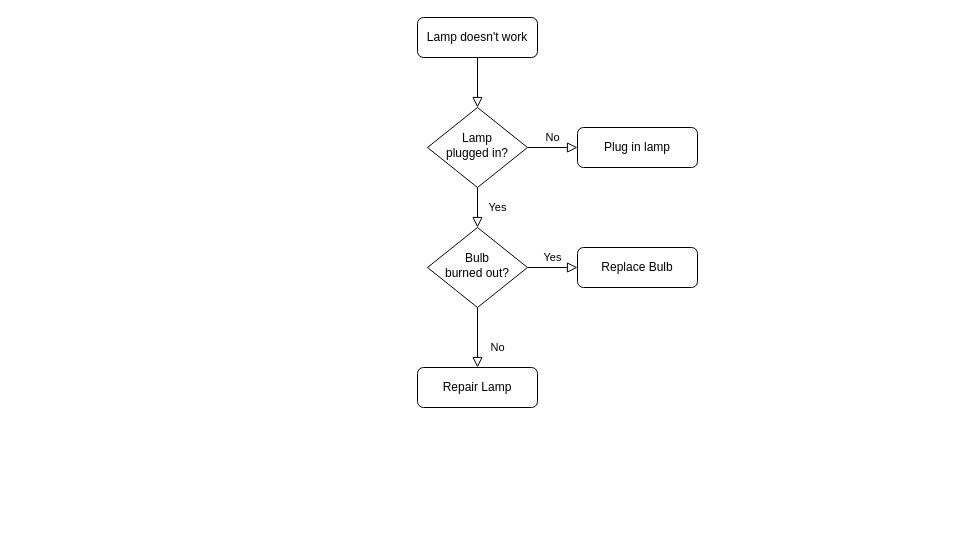
This is 未命名绘图.drawio from nanmu-self/flow-chart, a draw.io file, before an edit. Source tidied: cells renumbered, new cells numbered last; positions are measured from the earlier drawing's top-left corner, leaving out a move shared by most shapes. Both pictures are drawn from the tidied source at 100%, with x=0, y=0 at pixel (417, 17).
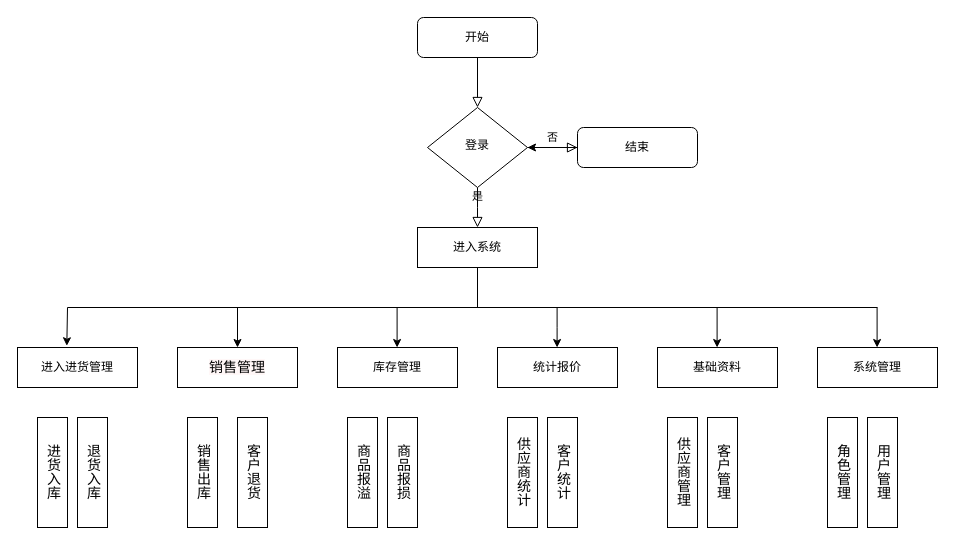
Above is the later version.

Commit message:
更新未命名绘图.drawio

What changed in the source:
```diff
@@
-    <mxCell id="3" value="Lamp doesn't work" style="rounded=1;whiteSpace=wrap;html=1;fontSize=12;glass=0;strokeWidth=1;shadow=0;" parent="1" vertex="1">
+    <mxCell id="3" value="开始" style="rounded=1;whiteSpace=wrap;html=1;fontSize=12;glass=0;strokeWidth=1;shadow=0;" parent="1" vertex="1">
       <mxGeometry width="120" height="40" as="geometry" />
     </mxCell>
-    <mxCell id="4" value="Yes" style="rounded=0;html=1;jettySize=auto;fontSize=11;endArrow=block;endFill=0;endSize=8;strokeWidth=1;shadow=0;labelBackgroundColor=none;edgeStyle=orthogonalEdgeStyle;" parent="1" edge="1" source="6" target="10">
-      <mxGeometry y="20" relative="1" as="geometry" />
+    <mxCell id="4" value="是" style="rounded=0;html=1;jettySize=auto;fontSize=11;endArrow=block;endFill=0;endSize=8;strokeWidth=1;shadow=0;labelBackgroundColor=none;edgeStyle=orthogonalEdgeStyle;" parent="1" edge="1" source="6">
+      <mxGeometry x="0.01" y="10" relative="1" as="geometry">
+        <mxPoint x="60" y="210" as="targetPoint" />
+        <mxPoint y="-1" as="offset" />
+      </mxGeometry>
     </mxCell>
-    <mxCell id="5" value="No" style="edgeStyle=orthogonalEdgeStyle;rounded=0;html=1;jettySize=auto;fontSize=11;endArrow=block;endFill=0;endSize=8;strokeWidth=1;shadow=0;labelBackgroundColor=none;" parent="1" edge="1" source="6" target="7">
+    <mxCell id="5" value="否" style="edgeStyle=orthogonalEdgeStyle;rounded=0;html=1;jettySize=auto;fontSize=11;endArrow=block;endFill=0;endSize=8;strokeWidth=1;shadow=0;labelBackgroundColor=none;" parent="1" edge="1" source="6" target="7">
       <mxGeometry y="10" relative="1" as="geometry" />
     </mxCell>
-    <mxCell id="6" value="Lamp&lt;br&gt;plugged in?" style="rhombus;whiteSpace=wrap;html=1;shadow=0;fontFamily=Helvetica;fontSize=12;align=center;strokeWidth=1;spacing=6;spacingTop=-4;" parent="1" vertex="1">
+    <mxCell id="6" value="登录" style="rhombus;whiteSpace=wrap;html=1;shadow=0;fontFamily=Helvetica;fontSize=12;align=center;strokeWidth=1;spacing=6;spacingTop=-4;" parent="1" vertex="1">
       <mxGeometry x="10" y="90" width="100" height="80" as="geometry" />
     </mxCell>
+    <mxCell id="13" style="edgeStyle=orthogonalEdgeStyle;rounded=0;jettySize=auto;html=1;" parent="1" edge="1" source="7" target="6">
+      <mxGeometry relative="1" as="geometry" />
+    </mxCell>
-    <mxCell id="7" value="Plug in lamp" style="rounded=1;whiteSpace=wrap;html=1;fontSize=12;glass=0;strokeWidth=1;shadow=0;" parent="1" vertex="1">
+    <mxCell id="7" value="结束" style="rounded=1;whiteSpace=wrap;html=1;fontSize=12;glass=0;strokeWidth=1;shadow=0;" parent="1" vertex="1">
       <mxGeometry x="160" y="110" width="120" height="40" as="geometry" />
     </mxCell>
-    <mxCell id="8" value="No" style="rounded=0;html=1;jettySize=auto;fontSize=11;endArrow=block;endFill=0;endSize=8;strokeWidth=1;shadow=0;labelBackgroundColor=none;edgeStyle=orthogonalEdgeStyle;" parent="1" edge="1" source="10" target="11">
-      <mxGeometry x="0.33" y="20" relative="1" as="geometry" />
-    </mxCell>
-    <mxCell id="9" value="Yes" style="edgeStyle=orthogonalEdgeStyle;rounded=0;html=1;jettySize=auto;fontSize=11;endArrow=block;endFill=0;endSize=8;strokeWidth=1;shadow=0;labelBackgroundColor=none;" parent="1" edge="1" source="10" target="12">
-      <mxGeometry y="10" relative="1" as="geometry" />
-    </mxCell>
-    <mxCell id="10" value="Bulb&lt;br&gt;burned out?" style="rhombus;whiteSpace=wrap;html=1;shadow=0;fontFamily=Helvetica;fontSize=12;align=center;strokeWidth=1;spacing=6;spacingTop=-4;" parent="1" vertex="1">
-      <mxGeometry x="10" y="210" width="100" height="80" as="geometry" />
-    </mxCell>
-    <mxCell id="11" value="Repair Lamp" style="rounded=1;whiteSpace=wrap;html=1;fontSize=12;glass=0;strokeWidth=1;shadow=0;" parent="1" vertex="1">
-      <mxGeometry y="350" width="120" height="40" as="geometry" />
-    </mxCell>
-    <mxCell id="12" value="Replace Bulb" style="rounded=1;whiteSpace=wrap;html=1;fontSize=12;glass=0;strokeWidth=1;shadow=0;" parent="1" vertex="1">
-      <mxGeometry x="160" y="230" width="120" height="40" as="geometry" />
-    </mxCell>
+    <mxCell id="14" value="进入系统" style="rounded=0;whiteSpace=wrap;html=1;" parent="1" vertex="1">
+      <mxGeometry y="210" width="120" height="40" as="geometry" />
+    </mxCell>
+    <mxCell id="15" style="endArrow=none;html=1;rounded=0;" parent="1" edge="1">
+      <mxGeometry relative="1" as="geometry">
+        <mxPoint x="-350" y="290" as="sourcePoint" />
+        <mxPoint x="460" y="290" as="targetPoint" />
+      </mxGeometry>
+    </mxCell>
+    <mxCell id="16" value="进入进货管理" style="rounded=0;whiteSpace=wrap;html=1;" parent="1" vertex="1">
+      <mxGeometry x="-400" y="330" width="120" height="40" as="geometry" />
+    </mxCell>
+    <mxCell id="17" value="&lt;span style=&quot;font-family: &amp;quot;Microsoft YaHei&amp;quot;; font-size: 14px; text-align: left; text-wrap: nowrap; background-color: rgb(255, 247, 247);&quot;&gt;销售管理&lt;/span&gt;" style="rounded=0;whiteSpace=wrap;html=1;" parent="1" vertex="1">
+      <mxGeometry x="-240" y="330" width="120" height="40" as="geometry" />
+    </mxCell>
+    <mxCell id="18" value="库存管理" style="rounded=0;whiteSpace=wrap;html=1;" parent="1" vertex="1">
+      <mxGeometry x="-80" y="330" width="120" height="40" as="geometry" />
+    </mxCell>
+    <mxCell id="19" value="统计报价" style="rounded=0;whiteSpace=wrap;html=1;" parent="1" vertex="1">
+      <mxGeometry x="80" y="330" width="120" height="40" as="geometry" />
+    </mxCell>
+    <mxCell id="20" value="基础资料" style="rounded=0;whiteSpace=wrap;html=1;" parent="1" vertex="1">
+      <mxGeometry x="240" y="330" width="120" height="40" as="geometry" />
+    </mxCell>
+    <mxCell id="21" value="系统管理" style="rounded=0;whiteSpace=wrap;html=1;" parent="1" vertex="1">
+      <mxGeometry x="400" y="330" width="120" height="40" as="geometry" />
+    </mxCell>
+    <mxCell id="22" style="endArrow=classic;html=1;rounded=0;entryX=0.411;entryY=-0.043;entryDx=0;entryDy=0;entryPerimeter=0;" parent="1" edge="1" target="16">
+      <mxGeometry relative="1" as="geometry">
+        <mxPoint x="-350" y="290" as="sourcePoint" />
+      </mxGeometry>
+    </mxCell>
+    <mxCell id="23" style="endArrow=classic;html=1;rounded=0;entryX=0.5;entryY=0;entryDx=0;entryDy=0;" parent="1" edge="1" target="17">
+      <mxGeometry relative="1" as="geometry">
+        <mxPoint x="-180" y="290" as="sourcePoint" />
+      </mxGeometry>
+    </mxCell>
+    <mxCell id="24" style="endArrow=classic;html=1;rounded=0;entryX=0.5;entryY=0;entryDx=0;entryDy=0;" parent="1" edge="1">
+      <mxGeometry relative="1" as="geometry">
+        <mxPoint x="-20.4" y="290" as="sourcePoint" />
+        <mxPoint x="-20.4" y="330" as="targetPoint" />
+      </mxGeometry>
+    </mxCell>
+    <mxCell id="25" style="endArrow=classic;html=1;rounded=0;entryX=0.5;entryY=0;entryDx=0;entryDy=0;" parent="1" edge="1">
+      <mxGeometry relative="1" as="geometry">
+        <mxPoint x="139.6" y="290" as="sourcePoint" />
+        <mxPoint x="139.6" y="330" as="targetPoint" />
+        <Array as="points">
+          <mxPoint x="139.6" y="310" />
+        </Array>
+      </mxGeometry>
+    </mxCell>
+    <mxCell id="26" style="endArrow=classic;html=1;rounded=0;entryX=0.5;entryY=0;entryDx=0;entryDy=0;" parent="1" edge="1">
+      <mxGeometry relative="1" as="geometry">
+        <mxPoint x="299.6" y="290" as="sourcePoint" />
+        <mxPoint x="299.6" y="330" as="targetPoint" />
+      </mxGeometry>
+    </mxCell>
+    <mxCell id="27" style="endArrow=classic;html=1;rounded=0;entryX=0.5;entryY=0;entryDx=0;entryDy=0;" parent="1" edge="1">
+      <mxGeometry relative="1" as="geometry">
+        <mxPoint x="459.6" y="290" as="sourcePoint" />
+        <mxPoint x="459.6" y="330" as="targetPoint" />
+      </mxGeometry>
+    </mxCell>
+    <mxCell id="28" style="endArrow=none;html=1;rounded=0;entryX=0.5;entryY=1;entryDx=0;entryDy=0;" parent="1" edge="1" target="14">
+      <mxGeometry relative="1" as="geometry">
+        <mxPoint x="60" y="290" as="sourcePoint" />
+      </mxGeometry>
+    </mxCell>
+    <mxCell id="29" value="&lt;span style=&quot;font-family: &amp;quot;Microsoft YaHei&amp;quot;; font-size: 14px; text-align: left; text-wrap: nowrap; background-color: rgb(255, 255, 255);&quot;&gt;进货入库&lt;/span&gt;" style="rounded=0;whiteSpace=wrap;html=1;fillColor=default;horizontal=1;textDirection=vertical-lr;" parent="1" vertex="1">
+      <mxGeometry x="-380" y="400" width="30" height="110" as="geometry" />
+    </mxCell>
+    <mxCell id="30" value="&lt;div style=&quot;text-align: left;&quot;&gt;&lt;font face=&quot;Microsoft YaHei&quot;&gt;&lt;span style=&quot;font-size: 14px; text-wrap: nowrap; background-color: rgb(255, 255, 255);&quot;&gt;退货入库&lt;/span&gt;&lt;/font&gt;&lt;/div&gt;" style="rounded=0;whiteSpace=wrap;html=1;fillColor=default;horizontal=1;textDirection=vertical-lr;" parent="1" vertex="1">
+      <mxGeometry x="-340" y="400" width="30" height="110" as="geometry" />
+    </mxCell>
+    <mxCell id="31" value="&lt;div style=&quot;text-align: left;&quot;&gt;&lt;font face=&quot;Microsoft YaHei&quot;&gt;&lt;span style=&quot;font-size: 14px; text-wrap: nowrap; background-color: rgb(255, 255, 255);&quot;&gt;销售出库&lt;/span&gt;&lt;/font&gt;&lt;/div&gt;" style="rounded=0;whiteSpace=wrap;html=1;fillColor=default;horizontal=1;textDirection=vertical-lr;" parent="1" vertex="1">
+      <mxGeometry x="-230" y="400" width="30" height="110" as="geometry" />
+    </mxCell>
+    <mxCell id="32" value="&lt;div style=&quot;text-align: left;&quot;&gt;&lt;font face=&quot;Microsoft YaHei&quot;&gt;&lt;span style=&quot;font-size: 14px; text-wrap: nowrap; background-color: rgb(255, 255, 255);&quot;&gt;客户退货&lt;/span&gt;&lt;/font&gt;&lt;/div&gt;" style="rounded=0;whiteSpace=wrap;html=1;fillColor=default;horizontal=1;textDirection=vertical-lr;" parent="1" vertex="1">
+      <mxGeometry x="-180" y="400" width="30" height="110" as="geometry" />
+    </mxCell>
+    <mxCell id="33" value="&lt;div style=&quot;text-align: left;&quot;&gt;&lt;font face=&quot;Microsoft YaHei&quot;&gt;&lt;span style=&quot;font-size: 14px; text-wrap: nowrap;&quot;&gt;商品报溢&lt;/span&gt;&lt;/font&gt;&lt;br&gt;&lt;/div&gt;" style="rounded=0;whiteSpace=wrap;html=1;fillColor=default;horizontal=1;textDirection=vertical-lr;" parent="1" vertex="1">
+      <mxGeometry x="-70" y="400" width="30" height="110" as="geometry" />
+    </mxCell>
+    <mxCell id="34" value="&lt;div style=&quot;text-align: left;&quot;&gt;&lt;font face=&quot;Microsoft YaHei&quot;&gt;&lt;span style=&quot;font-size: 14px; text-wrap: nowrap; background-color: rgb(255, 255, 255);&quot;&gt;商品报损&lt;/span&gt;&lt;/font&gt;&lt;/div&gt;" style="rounded=0;whiteSpace=wrap;html=1;fillColor=default;horizontal=1;textDirection=vertical-lr;" parent="1" vertex="1">
+      <mxGeometry x="-30" y="400" width="30" height="110" as="geometry" />
+    </mxCell>
+    <mxCell id="35" value="&lt;div style=&quot;text-align: left;&quot;&gt;&lt;font face=&quot;Microsoft YaHei&quot;&gt;&lt;span style=&quot;font-size: 14px; text-wrap: nowrap;&quot;&gt;供应商统计&lt;/span&gt;&lt;/font&gt;&lt;br&gt;&lt;/div&gt;" style="rounded=0;whiteSpace=wrap;html=1;fillColor=default;horizontal=1;textDirection=vertical-lr;" parent="1" vertex="1">
+      <mxGeometry x="90" y="400" width="30" height="110" as="geometry" />
+    </mxCell>
+    <mxCell id="36" value="&lt;div style=&quot;text-align: left;&quot;&gt;&lt;font face=&quot;Microsoft YaHei&quot;&gt;&lt;span style=&quot;font-size: 14px; text-wrap: nowrap;&quot;&gt;客户统计&lt;/span&gt;&lt;/font&gt;&lt;br&gt;&lt;/div&gt;" style="rounded=0;whiteSpace=wrap;html=1;fillColor=default;horizontal=1;textDirection=vertical-lr;" parent="1" vertex="1">
+      <mxGeometry x="130" y="400" width="30" height="110" as="geometry" />
+    </mxCell>
+    <mxCell id="37" value="&lt;div style=&quot;text-align: left;&quot;&gt;&lt;font face=&quot;Microsoft YaHei&quot;&gt;&lt;span style=&quot;font-size: 14px; text-wrap: nowrap;&quot;&gt;供应商管理&lt;/span&gt;&lt;/font&gt;&lt;br&gt;&lt;/div&gt;" style="rounded=0;whiteSpace=wrap;html=1;fillColor=default;horizontal=1;textDirection=vertical-lr;" parent="1" vertex="1">
+      <mxGeometry x="250" y="400" width="30" height="110" as="geometry" />
+    </mxCell>
+    <mxCell id="38" value="&lt;div style=&quot;text-align: left;&quot;&gt;&lt;font face=&quot;Microsoft YaHei&quot;&gt;&lt;span style=&quot;font-size: 14px; text-wrap: nowrap;&quot;&gt;客户管理&lt;/span&gt;&lt;/font&gt;&lt;br&gt;&lt;/div&gt;" style="rounded=0;whiteSpace=wrap;html=1;fillColor=default;horizontal=1;textDirection=vertical-lr;" parent="1" vertex="1">
+      <mxGeometry x="290" y="400" width="30" height="110" as="geometry" />
+    </mxCell>
+    <mxCell id="39" value="&lt;div style=&quot;text-align: left;&quot;&gt;&lt;font face=&quot;Microsoft YaHei&quot;&gt;&lt;span style=&quot;font-size: 14px; text-wrap: nowrap;&quot;&gt;角色管理&lt;/span&gt;&lt;/font&gt;&lt;br&gt;&lt;/div&gt;" style="rounded=0;whiteSpace=wrap;html=1;fillColor=default;horizontal=1;textDirection=vertical-lr;" parent="1" vertex="1">
+      <mxGeometry x="410" y="400" width="30" height="110" as="geometry" />
+    </mxCell>
+    <mxCell id="40" value="&lt;div style=&quot;text-align: left;&quot;&gt;&lt;font face=&quot;Microsoft YaHei&quot;&gt;&lt;span style=&quot;font-size: 14px; text-wrap: nowrap;&quot;&gt;用户管理&lt;/span&gt;&lt;/font&gt;&lt;br&gt;&lt;/div&gt;" style="rounded=0;whiteSpace=wrap;html=1;fillColor=default;horizontal=1;textDirection=vertical-lr;" parent="1" vertex="1">
+      <mxGeometry x="450" y="400" width="30" height="110" as="geometry" />
+    </mxCell>
```
